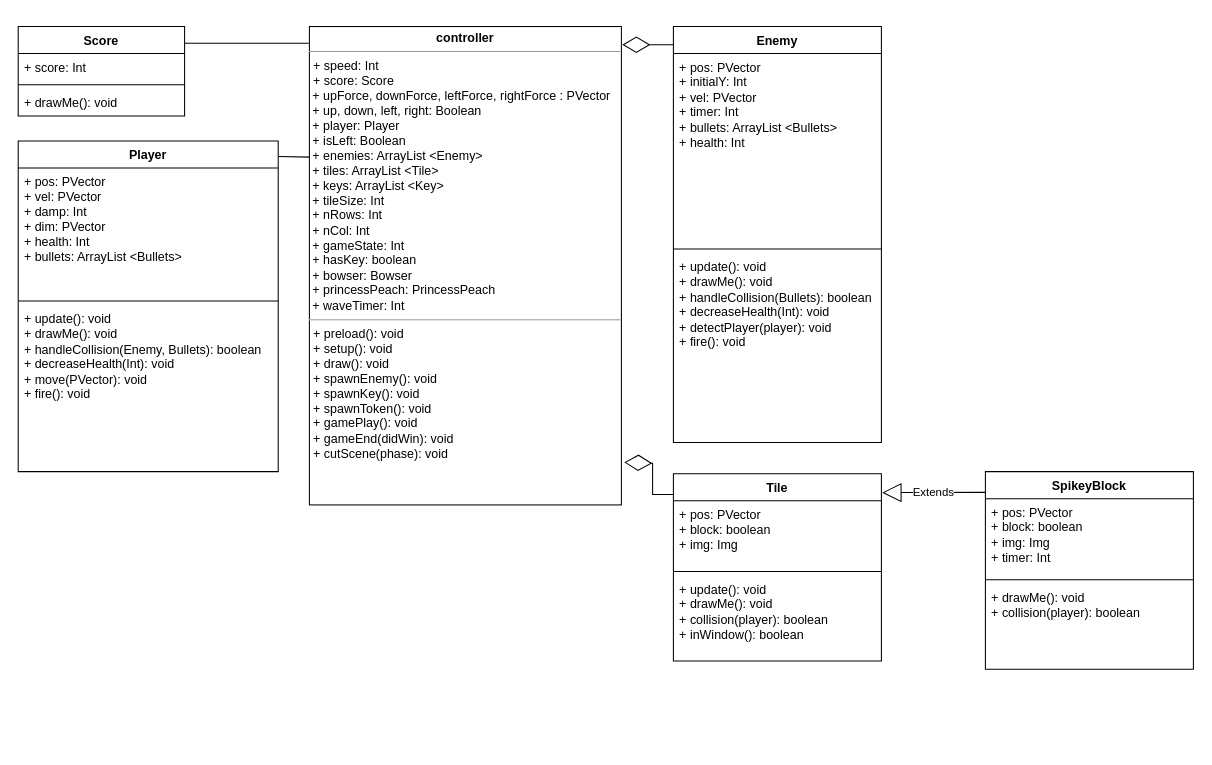
This is Untitled Diagram.drawio from harjotsk03/wireframeTest, a draw.io file, before an edit. Source tidied: cells renumbered, new cells numbered last; positions are measured from the earlier drawing's top-left corner, leaving out a move shared by most shapes. Both pictures are drawn from the tidied source at 104%, with x=0, y=0 at pixel (18, 26).
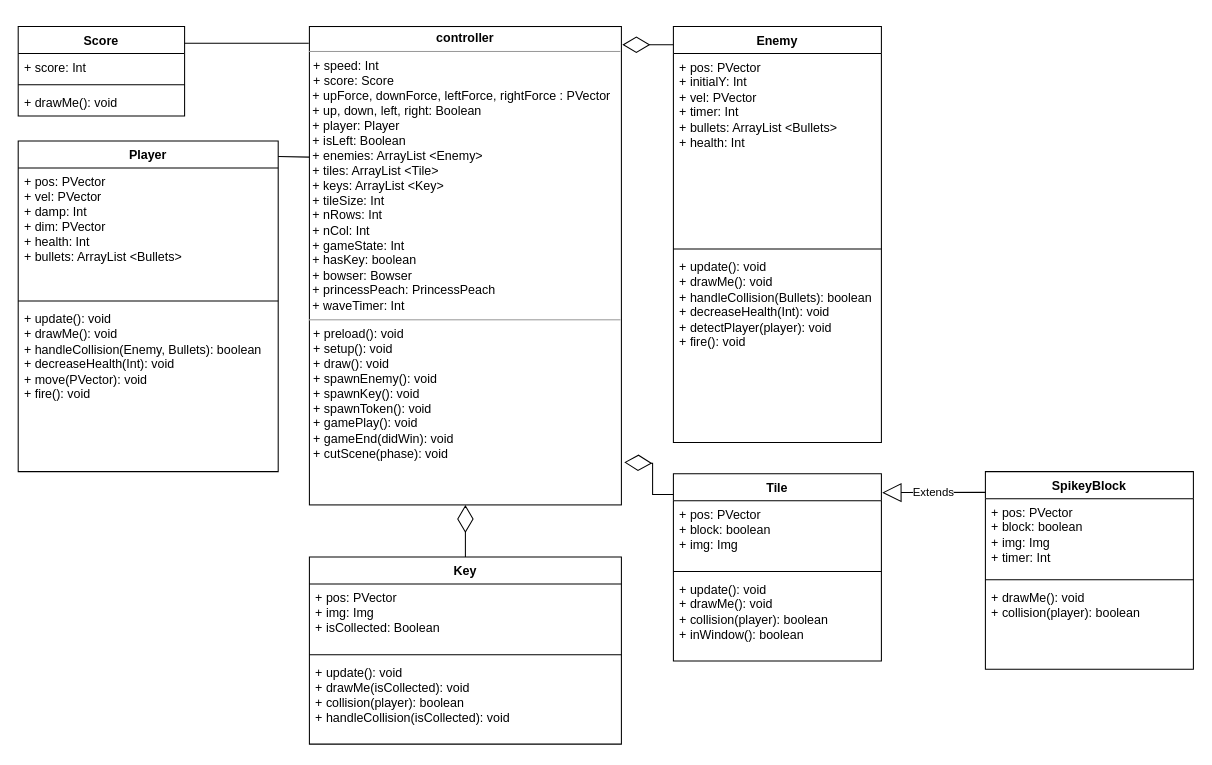
The same page after the edit.

Commit message:
add key class

Unchanged cells that the change refers to:
```xml
<mxCell id="2" value="&lt;p style=&quot;margin:0px;margin-top:4px;text-align:center;&quot;&gt;&lt;b&gt;controller&lt;/b&gt;&lt;/p&gt;&lt;hr size=&quot;1&quot;&gt;&lt;p style=&quot;margin:0px;margin-left:4px;&quot;&gt;+ speed: Int&lt;br&gt;+ score: Score&lt;/p&gt;&amp;nbsp;+ upForce, downForce, leftForce, rightForce : PVector&lt;div&gt;&amp;nbsp;+ up, down, left, right: Boolean&lt;/div&gt;&lt;div&gt;&amp;nbsp;+ player: Player&lt;/div&gt;&lt;div&gt;&amp;nbsp;+ isLeft: Boolean&lt;/div&gt;&lt;div&gt;&amp;nbsp;&lt;span style=&quot;background-color: initial;&quot;&gt;+ enemies: ArrayList &amp;lt;Enemy&amp;gt;&lt;/span&gt;&lt;/div&gt;&lt;div&gt;&amp;nbsp;+ tiles: ArrayList &amp;lt;Tile&amp;gt;&lt;span style=&quot;background-color: initial;&quot;&gt;&lt;br&gt;&lt;/span&gt;&lt;/div&gt;&lt;div&gt;&amp;nbsp;+ keys: ArrayList &amp;lt;Key&amp;gt;&lt;br&gt;&lt;/div&gt;&lt;div&gt;&amp;nbsp;+ tileSize: Int&lt;br&gt;&lt;/div&gt;&lt;div&gt;&amp;nbsp;+ nRows: Int&lt;/div&gt;&lt;div&gt;&amp;nbsp;+ nCol: Int&lt;/div&gt;&lt;div&gt;&amp;nbsp;+ gameState: Int&lt;/div&gt;&lt;div&gt;&amp;nbsp;+ hasKey: boolean&lt;/div&gt;&lt;div&gt;&amp;nbsp;+ bowser: Bowser&lt;/div&gt;&lt;div&gt;&amp;nbsp;+ princessPeach: PrincessPeach&lt;/div&gt;&lt;div&gt;&amp;nbsp;+ waveTimer: Int&lt;/div&gt;&lt;div&gt;&lt;hr size=&quot;1&quot;&gt;&lt;p style=&quot;margin:0px;margin-left:4px;&quot;&gt;+ preload(): void&lt;/p&gt;&lt;p style=&quot;margin:0px;margin-left:4px;&quot;&gt;+ setup(): void&lt;/p&gt;&lt;p style=&quot;margin:0px;margin-left:4px;&quot;&gt;+ draw(): void&lt;/p&gt;&lt;p style=&quot;margin:0px;margin-left:4px;&quot;&gt;+ spawnEnemy(): void&lt;/p&gt;&lt;p style=&quot;margin:0px;margin-left:4px;&quot;&gt;+ spawnKey(): void&lt;/p&gt;&lt;p style=&quot;margin:0px;margin-left:4px;&quot;&gt;+ spawnToken(): void&lt;/p&gt;&lt;p style=&quot;margin:0px;margin-left:4px;&quot;&gt;+ gamePlay(): void&lt;/p&gt;&lt;p style=&quot;margin:0px;margin-left:4px;&quot;&gt;+ gameEnd(didWin): void&lt;/p&gt;&lt;p style=&quot;margin:0px;margin-left:4px;&quot;&gt;+ cutScene(phase): void&lt;/p&gt;&lt;p style=&quot;margin:0px;margin-left:4px;&quot;&gt;&lt;br&gt;&lt;/p&gt;&lt;/div&gt;" style="verticalAlign=top;align=left;overflow=fill;fontSize=12;fontFamily=Helvetica;html=1;rounded=0;shadow=0;comic=0;labelBackgroundColor=none;strokeWidth=1;" parent="1" vertex="1">
  <mxGeometry x="280" width="300" height="460" as="geometry" />
</mxCell>
```

Diff of the diagram source:
```diff
@@
+    <mxCell id="28" value="Key" style="swimlane;fontStyle=1;align=center;verticalAlign=top;horizontal=1;startSize=26;whiteSpace=wrap;html=1;" parent="1" vertex="1">
+      <mxGeometry x="280" y="510" width="300" height="180" as="geometry" />
+    </mxCell>
+    <mxCell id="29" style="endArrow=diamondThin;endFill=0;endSize=24;html=1;rounded=0;entryX=0.5;entryY=1;entryDx=0;entryDy=0;" parent="28" edge="1" target="2">
+      <mxGeometry relative="1" as="geometry">
+        <mxPoint x="150" as="sourcePoint" />
+      </mxGeometry>
+    </mxCell>
+    <mxCell id="30" value="+ pos: PVector&lt;div&gt;+ img: Img&lt;/div&gt;&lt;div&gt;+ isCollected: Boolean&lt;/div&gt;" style="text;strokeColor=none;fillColor=none;align=left;verticalAlign=top;spacingLeft=4;spacingRight=4;overflow=hidden;whiteSpace=wrap;html=1;" parent="28" vertex="1">
+      <mxGeometry y="26" width="300" height="64" as="geometry" />
+    </mxCell>
+    <mxCell id="31" style="line;strokeWidth=1;fillColor=none;align=left;verticalAlign=middle;spacingTop=-1;spacingLeft=3;spacingRight=3;labelPosition=right;strokeColor=inherit;" parent="28" vertex="1">
+      <mxGeometry y="90" width="300" height="8" as="geometry" />
+    </mxCell>
+    <mxCell id="32" value="+ update(): void&lt;div&gt;+ drawMe(isCollected): void&lt;/div&gt;&lt;div&gt;+ collision(player): boolean&lt;/div&gt;&lt;div&gt;+ handleCollision(isCollected): void&lt;/div&gt;" style="text;strokeColor=none;fillColor=none;align=left;verticalAlign=top;spacingLeft=4;spacingRight=4;overflow=hidden;whiteSpace=wrap;html=1;" parent="28" vertex="1">
+      <mxGeometry y="98" width="300" height="82" as="geometry" />
+    </mxCell>
```
